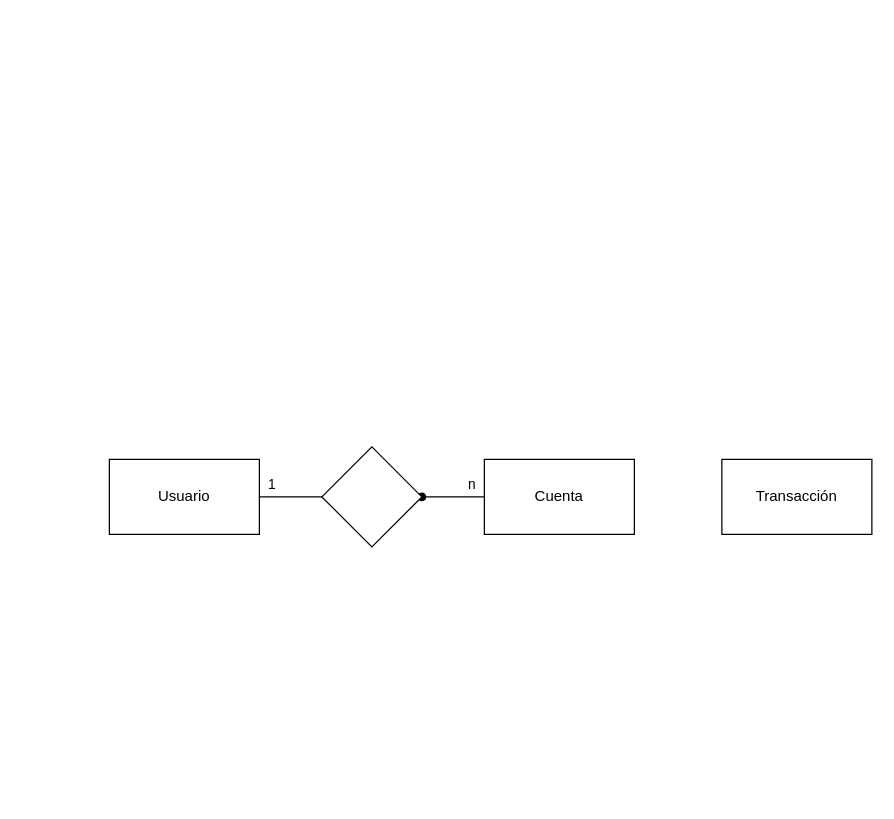
This is data-base.drawio from Nicolass2001/secret-project, a draw.io file, before an edit. Source tidied: cells renumbered, new cells numbered last; positions are measured from the earlier drawing's top-left corner, leaving out a move shared by most shapes. Both pictures are drawn from the tidied source at 125%, with x=0, y=0 at pixel (109, 446).
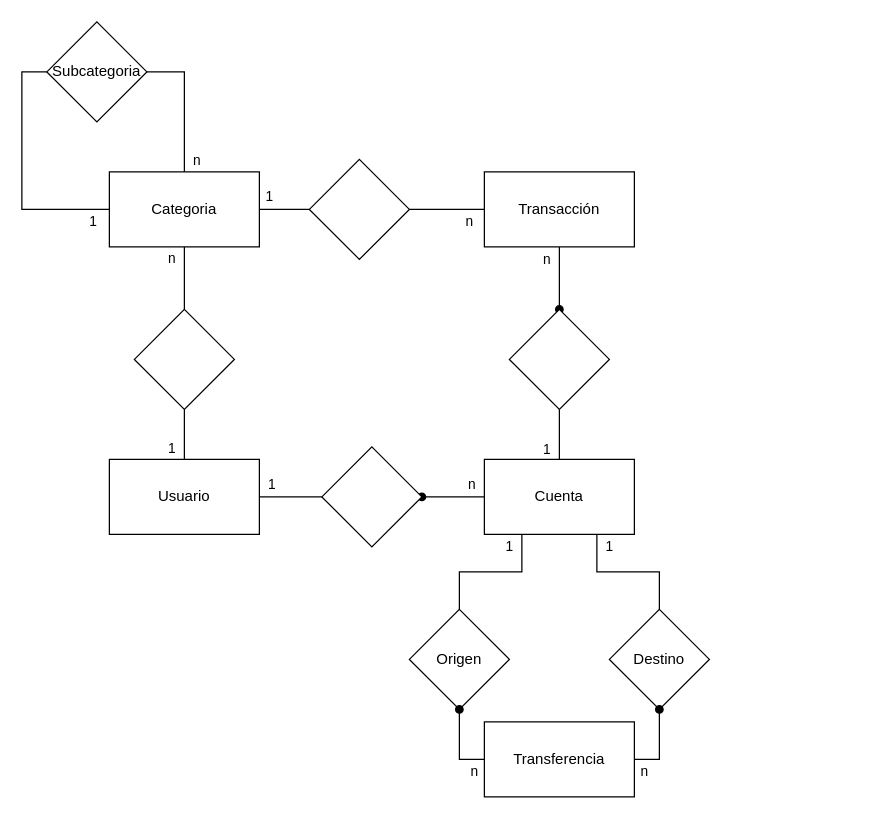
Above is the later version.

Unchanged cells that the change refers to:
```xml
<mxCell id="2" value="Usuario" style="rounded=0;whiteSpace=wrap;html=1;" parent="1" vertex="1">
  <mxGeometry y="10" width="120" height="60" as="geometry" />
</mxCell>
<mxCell id="4" value="Cuenta" style="rounded=0;whiteSpace=wrap;html=1;" parent="1" vertex="1">
  <mxGeometry x="300" y="10" width="120" height="60" as="geometry" />
</mxCell>
```

Diff of the diagram source:
```diff
@@
     <mxCell id="5" value="Transacción" style="rounded=0;whiteSpace=wrap;html=1;" parent="1" vertex="1">
-      <mxGeometry x="490" y="10" width="120" height="60" as="geometry" />
+      <mxGeometry x="300" y="-220" width="120" height="60" as="geometry" />
     </mxCell>
@@
+    <mxCell id="8" value="n" style="edgeStyle=orthogonalEdgeStyle;rounded=0;jettySize=auto;html=1;endArrow=oval;endFill=1;" parent="1" edge="1" source="5" target="10">
+      <mxGeometry x="-0.6" y="-10" relative="1" as="geometry" />
+    </mxCell>
+    <mxCell id="9" value="1" style="edgeStyle=orthogonalEdgeStyle;rounded=0;jettySize=auto;html=1;endArrow=none;endFill=0;" parent="1" edge="1" source="10" target="4">
+      <mxGeometry x="0.6" y="-10" relative="1" as="geometry" />
+    </mxCell>
+    <mxCell id="10" style="rhombus;whiteSpace=wrap;html=1;" parent="1" vertex="1">
+      <mxGeometry x="320" y="-110" width="80" height="80" as="geometry" />
+    </mxCell>
+    <mxCell id="11" value="Transferencia" style="rounded=0;whiteSpace=wrap;html=1;" parent="1" vertex="1">
+      <mxGeometry x="300" y="220" width="120" height="60" as="geometry" />
+    </mxCell>
+    <mxCell id="12" value="Origen" style="rhombus;whiteSpace=wrap;html=1;" parent="1" vertex="1">
+      <mxGeometry x="240" y="130" width="80" height="80" as="geometry" />
+    </mxCell>
+    <mxCell id="13" value="n" style="edgeStyle=orthogonalEdgeStyle;rounded=0;jettySize=auto;html=1;endArrow=oval;endFill=1;entryX=0.5;entryY=1;entryDx=0;entryDy=0;exitX=0;exitY=0.5;exitDx=0;exitDy=0;" parent="1" edge="1" source="11" target="12">
+      <mxGeometry x="-0.75" y="10" relative="1" as="geometry" />
+    </mxCell>
+    <mxCell id="14" value="1" style="edgeStyle=orthogonalEdgeStyle;rounded=0;jettySize=auto;html=1;endArrow=none;endFill=0;entryX=0.25;entryY=1;entryDx=0;entryDy=0;exitX=0.5;exitY=0;exitDx=0;exitDy=0;" parent="1" edge="1" source="12" target="4">
+      <mxGeometry x="0.82" y="10" relative="1" as="geometry" />
+    </mxCell>
+    <mxCell id="15" value="Destino" style="rhombus;whiteSpace=wrap;html=1;" parent="1" vertex="1">
+      <mxGeometry x="400" y="130" width="80" height="80" as="geometry" />
+    </mxCell>
+    <mxCell id="16" value="n" style="edgeStyle=orthogonalEdgeStyle;rounded=0;jettySize=auto;html=1;endArrow=oval;endFill=1;entryX=0.5;entryY=1;entryDx=0;entryDy=0;exitX=1;exitY=0.5;exitDx=0;exitDy=0;" parent="1" edge="1" source="11" target="15">
+      <mxGeometry x="-0.75" y="-10" relative="1" as="geometry" />
+    </mxCell>
+    <mxCell id="17" value="1" style="edgeStyle=orthogonalEdgeStyle;rounded=0;jettySize=auto;html=1;endArrow=none;endFill=0;entryX=0.75;entryY=1;entryDx=0;entryDy=0;exitX=0.5;exitY=0;exitDx=0;exitDy=0;" parent="1" edge="1" source="15" target="4">
+      <mxGeometry x="0.82" y="-10" relative="1" as="geometry" />
+    </mxCell>
+    <mxCell id="18" value="Categoria" style="rounded=0;whiteSpace=wrap;html=1;" parent="1" vertex="1">
+      <mxGeometry y="-220" width="120" height="60" as="geometry" />
+    </mxCell>
+    <mxCell id="19" style="rhombus;whiteSpace=wrap;html=1;" parent="1" vertex="1">
+      <mxGeometry x="160" y="-230" width="80" height="80" as="geometry" />
+    </mxCell>
+    <mxCell id="20" value="1" style="edgeStyle=orthogonalEdgeStyle;rounded=0;jettySize=auto;html=1;endArrow=none;endFill=0;" parent="1" edge="1" source="19" target="18">
+      <mxGeometry x="0.6" y="-10" relative="1" as="geometry" />
+    </mxCell>
+    <mxCell id="21" value="n" style="edgeStyle=orthogonalEdgeStyle;rounded=0;jettySize=auto;html=1;endArrow=none;endFill=0;" parent="1" edge="1" source="19" target="5">
+      <mxGeometry x="0.6" y="-10" relative="1" as="geometry" />
+    </mxCell>
+    <mxCell id="22" value="Subcategoria" style="rhombus;whiteSpace=wrap;html=1;" parent="1" vertex="1">
+      <mxGeometry x="-50" y="-340" width="80" height="80" as="geometry" />
+    </mxCell>
+    <mxCell id="23" value="1" style="edgeStyle=orthogonalEdgeStyle;rounded=0;jettySize=auto;html=1;endArrow=none;endFill=0;entryX=0;entryY=0.5;entryDx=0;entryDy=0;exitX=0;exitY=0.5;exitDx=0;exitDy=0;" parent="1" edge="1" source="18" target="22">
+      <mxGeometry x="-0.88" y="10" relative="1" as="geometry">
+        <mxPoint x="-1" as="offset" />
+      </mxGeometry>
+    </mxCell>
+    <mxCell id="24" value="n" style="edgeStyle=orthogonalEdgeStyle;rounded=0;jettySize=auto;html=1;endArrow=none;endFill=0;entryX=1;entryY=0.5;entryDx=0;entryDy=0;exitX=0.5;exitY=0;exitDx=0;exitDy=0;" parent="1" edge="1" source="18" target="22">
+      <mxGeometry x="-0.82" y="-10" relative="1" as="geometry">
+        <mxPoint y="1" as="offset" />
+      </mxGeometry>
+    </mxCell>
+    <mxCell id="25" style="rhombus;whiteSpace=wrap;html=1;" parent="1" vertex="1">
+      <mxGeometry x="20" y="-110" width="80" height="80" as="geometry" />
+    </mxCell>
+    <mxCell id="26" value="1" style="edgeStyle=orthogonalEdgeStyle;rounded=0;jettySize=auto;html=1;endArrow=none;endFill=0;exitX=0.5;exitY=0;exitDx=0;exitDy=0;entryX=0.5;entryY=1;entryDx=0;entryDy=0;" parent="1" edge="1" source="2" target="25">
+      <mxGeometry x="-0.5" y="10" relative="1" as="geometry">
+        <mxPoint y="1" as="offset" />
+      </mxGeometry>
+    </mxCell>
+    <mxCell id="27" value="n" style="edgeStyle=orthogonalEdgeStyle;rounded=0;jettySize=auto;html=1;endArrow=none;endFill=0;entryX=0.5;entryY=0;entryDx=0;entryDy=0;" parent="1" edge="1" source="18" target="25">
+      <mxGeometry x="-0.6" y="-10" relative="1" as="geometry">
+        <mxPoint y="-1" as="offset" />
+      </mxGeometry>
+    </mxCell>
```
